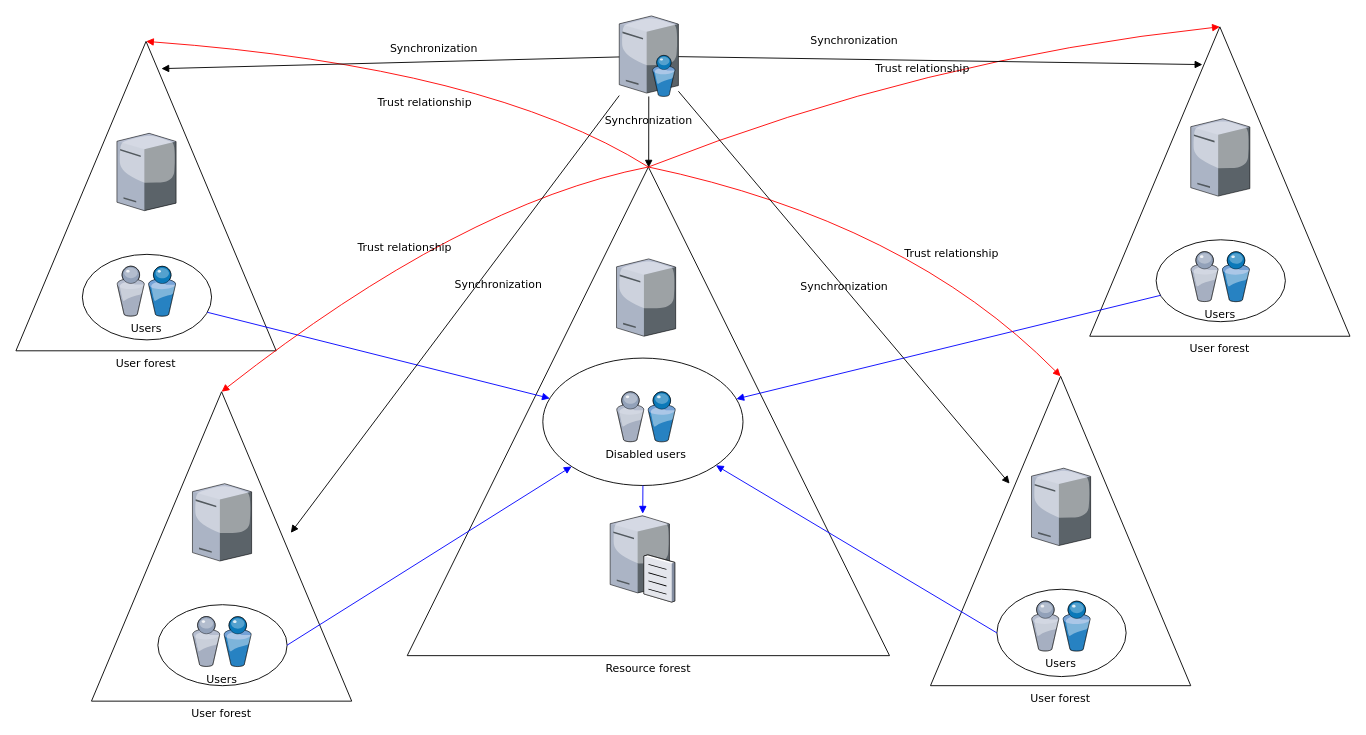
Earlier version of the draw.io diagram Untitled Diagram.drawio (mpr1255/hello). Source tidied: cells renumbered, new cells numbered last; positions are measured from the earlier drawing's top-left corner, leaving out a move shared by most shapes. Both pictures are drawn from the tidied source at 91%, with x=0, y=0 at pixel (15, 15).
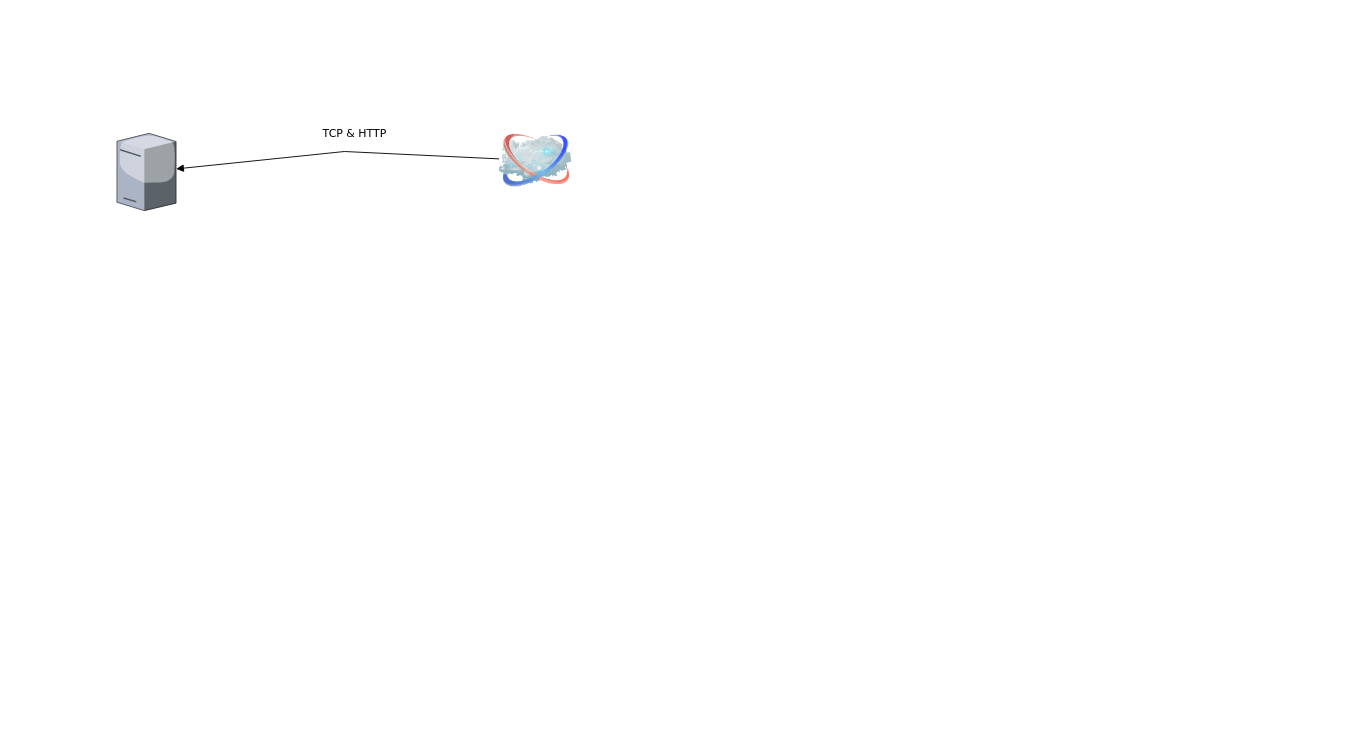
The same page after the edit.

Unchanged cells that the change refers to:
```xml
<mxCell id="8" style="verticalLabelPosition=bottom;html=1;verticalAlign=top;strokeColor=none;shape=mxgraph.citrix.tower_server;rounded=0;shadow=0;comic=0;fontFamily=Verdana;" parent="1" vertex="1">
  <mxGeometry x="111" y="129" width="65" height="85" as="geometry" />
</mxCell>
```

Diff of the diagram source:
```diff
@@
-    <mxCell id="2" value="Resource forest" style="triangle;whiteSpace=wrap;html=1;rounded=0;shadow=0;comic=0;strokeWidth=1;fontFamily=Verdana;direction=north;labelPosition=center;verticalLabelPosition=bottom;align=center;verticalAlign=top;" parent="1" vertex="1">
-      <mxGeometry x="430" y="166" width="530" height="537" as="geometry" />
-    </mxCell>
-    <mxCell id="3" value="User forest" style="triangle;whiteSpace=wrap;html=1;rounded=0;shadow=0;comic=0;strokeWidth=1;fontFamily=Verdana;direction=north;labelPosition=center;verticalLabelPosition=bottom;align=center;verticalAlign=top;" parent="1" vertex="1">
-      <mxGeometry y="28" width="286" height="340" as="geometry" />
-    </mxCell>
-    <mxCell id="4" style="ellipse;whiteSpace=wrap;html=1;rounded=0;shadow=0;comic=0;strokeWidth=1;fontFamily=Verdana;" parent="1" vertex="1">
-      <mxGeometry x="73" y="262" width="142" height="94" as="geometry" />
-    </mxCell>
-    <mxCell id="5" style="verticalLabelPosition=bottom;html=1;verticalAlign=top;strokeColor=none;shape=mxgraph.citrix.directory_server;rounded=0;shadow=0;comic=0;fontFamily=Verdana;" parent="1" vertex="1">
-      <mxGeometry x="663" width="65" height="88.5" as="geometry" />
-    </mxCell>
-    <mxCell id="6" style="verticalLabelPosition=bottom;html=1;verticalAlign=top;strokeColor=none;shape=mxgraph.citrix.file_server;rounded=0;shadow=0;comic=0;fontFamily=Verdana;" parent="1" vertex="1">
-      <mxGeometry x="653" y="547" width="71" height="97" as="geometry" />
-    </mxCell>
-    <mxCell id="7" value="Users" style="verticalLabelPosition=bottom;html=1;verticalAlign=top;strokeColor=none;shape=mxgraph.citrix.users;rounded=0;shadow=0;comic=0;fontFamily=Verdana;" parent="1" vertex="1">
-      <mxGeometry x="111" y="275" width="64.5" height="55" as="geometry" />
-    </mxCell>
@@
-    <mxCell id="9" style="ellipse;whiteSpace=wrap;html=1;rounded=0;shadow=0;comic=0;strokeWidth=1;fontFamily=Verdana;" parent="1" vertex="1">
-      <mxGeometry x="579" y="376" width="220" height="140" as="geometry" />
-    </mxCell>
-    <mxCell id="10" value="Disabled users" style="verticalLabelPosition=bottom;html=1;verticalAlign=top;strokeColor=none;shape=mxgraph.citrix.users;rounded=0;shadow=0;comic=0;fontFamily=Verdana;" parent="1" vertex="1">
-      <mxGeometry x="660" y="413" width="64.5" height="55" as="geometry" />
-    </mxCell>
-    <mxCell id="11" style="verticalLabelPosition=bottom;html=1;verticalAlign=top;strokeColor=none;shape=mxgraph.citrix.tower_server;rounded=0;shadow=0;comic=0;fontFamily=Verdana;" parent="1" vertex="1">
-      <mxGeometry x="660" y="267" width="65" height="85" as="geometry" />
-    </mxCell>
-    <mxCell id="12" value="User forest" style="triangle;whiteSpace=wrap;html=1;rounded=0;shadow=0;comic=0;strokeWidth=1;fontFamily=Verdana;direction=north;labelPosition=center;verticalLabelPosition=bottom;align=center;verticalAlign=top;" parent="1" vertex="1">
-      <mxGeometry x="1180" y="12" width="286" height="340" as="geometry" />
-    </mxCell>
-    <mxCell id="13" style="ellipse;whiteSpace=wrap;html=1;rounded=0;shadow=0;comic=0;strokeWidth=1;fontFamily=Verdana;" parent="1" vertex="1">
-      <mxGeometry x="1253" y="246" width="142" height="90" as="geometry" />
-    </mxCell>
-    <mxCell id="14" value="Users" style="verticalLabelPosition=bottom;html=1;verticalAlign=top;strokeColor=none;shape=mxgraph.citrix.users;rounded=0;shadow=0;comic=0;fontFamily=Verdana;" parent="1" vertex="1">
-      <mxGeometry x="1291" y="259" width="64.5" height="55" as="geometry" />
-    </mxCell>
-    <mxCell id="15" style="verticalLabelPosition=bottom;html=1;verticalAlign=top;strokeColor=none;shape=mxgraph.citrix.tower_server;rounded=0;shadow=0;comic=0;fontFamily=Verdana;" parent="1" vertex="1">
-      <mxGeometry x="1291" y="113" width="65" height="85" as="geometry" />
-    </mxCell>
-    <mxCell id="16" style="rounded=0;html=1;labelBackgroundColor=none;startArrow=none;startFill=0;endArrow=block;endFill=1;strokeColor=#0000FF;strokeWidth=1;fontFamily=Verdana;fontSize=12;" parent="1" edge="1" source="13" target="9">
-      <mxGeometry relative="1" as="geometry" />
-    </mxCell>
-    <mxCell id="17" style="rounded=0;html=1;labelBackgroundColor=none;startArrow=none;startFill=0;endArrow=block;endFill=1;strokeColor=#0000FF;strokeWidth=1;fontFamily=Verdana;fontSize=12;" parent="1" edge="1" source="4" target="9">
-      <mxGeometry relative="1" as="geometry" />
-    </mxCell>
-    <mxCell id="18" style="edgeStyle=none;rounded=0;html=1;exitX=0.5;exitY=1;labelBackgroundColor=none;startArrow=none;startFill=0;endArrow=block;endFill=1;strokeColor=#0000FF;strokeWidth=1;fontFamily=Verdana;fontSize=12;fontColor=#000000;" parent="1" edge="1" source="9" target="6">
-      <mxGeometry relative="1" as="geometry" />
-    </mxCell>
-    <mxCell id="19" value="Trust relationship" style="html=1;labelBackgroundColor=none;startArrow=none;startFill=0;endArrow=block;endFill=1;strokeColor=#FF0000;strokeWidth=1;fontFamily=Verdana;fontSize=12;entryX=1;entryY=0.5;curved=1;" parent="1" edge="1" target="12">
-      <mxGeometry x="-0.02" y="-10" relative="1" as="geometry">
-        <mxPoint x="695" y="166" as="sourcePoint" />
-        <Array as="points">
-          <mxPoint x="1000" y="46" />
-        </Array>
-      </mxGeometry>
-    </mxCell>
-    <mxCell id="20" value="Trust relationship" style="html=1;entryX=1;entryY=0.5;labelBackgroundColor=none;startArrow=none;startFill=0;endArrow=block;endFill=1;strokeColor=#FF0000;strokeWidth=1;fontFamily=Verdana;fontSize=12;curved=1;" parent="1" edge="1" target="3">
-      <mxGeometry x="-0.06" y="45" relative="1" as="geometry">
-        <mxPoint x="695" y="166" as="sourcePoint" />
-        <Array as="points">
-          <mxPoint x="520" y="56" />
-        </Array>
-      </mxGeometry>
-    </mxCell>
-    <mxCell id="21" value="Synchronization" style="rounded=0;html=1;entryX=0.878;entryY=0.433;entryPerimeter=0;labelBackgroundColor=none;startArrow=none;startFill=0;endArrow=block;endFill=1;strokeWidth=1;fontFamily=Verdana;fontSize=12;" parent="1" edge="1" source="5" target="12">
-      <mxGeometry x="-0.33" y="21" relative="1" as="geometry" />
-    </mxCell>
-    <mxCell id="22" value="Synchronization" style="edgeStyle=none;rounded=0;html=1;labelBackgroundColor=none;startArrow=none;startFill=0;endArrow=block;endFill=1;strokeWidth=1;fontFamily=Verdana;fontSize=12;" parent="1" edge="1" source="5" target="2">
-      <mxGeometry x="-0.3" relative="1" as="geometry" />
-    </mxCell>
-    <mxCell id="23" value="Synchronization" style="edgeStyle=none;rounded=0;html=1;entryX=0.912;entryY=0.559;entryPerimeter=0;labelBackgroundColor=none;startArrow=none;startFill=0;endArrow=block;endFill=1;strokeWidth=1;fontFamily=Verdana;fontSize=12;" parent="1" edge="1" source="5" target="3">
-      <mxGeometry x="-0.19" y="-14" relative="1" as="geometry" />
-    </mxCell>
-    <mxCell id="24" value="User forest" style="triangle;whiteSpace=wrap;html=1;rounded=0;shadow=0;comic=0;strokeWidth=1;fontFamily=Verdana;direction=north;labelPosition=center;verticalLabelPosition=bottom;align=center;verticalAlign=top;" parent="1" vertex="1">
-      <mxGeometry x="83" y="413" width="286" height="340" as="geometry" />
-    </mxCell>
-    <mxCell id="25" style="ellipse;whiteSpace=wrap;html=1;rounded=0;shadow=0;comic=0;strokeWidth=1;fontFamily=Verdana;" parent="1" vertex="1">
-      <mxGeometry x="156" y="647" width="142" height="89" as="geometry" />
-    </mxCell>
-    <mxCell id="26" value="Users" style="verticalLabelPosition=bottom;html=1;verticalAlign=top;strokeColor=none;shape=mxgraph.citrix.users;rounded=0;shadow=0;comic=0;fontFamily=Verdana;" parent="1" vertex="1">
-      <mxGeometry x="194" y="660" width="64.5" height="55" as="geometry" />
-    </mxCell>
-    <mxCell id="27" style="verticalLabelPosition=bottom;html=1;verticalAlign=top;strokeColor=none;shape=mxgraph.citrix.tower_server;rounded=0;shadow=0;comic=0;fontFamily=Verdana;" parent="1" vertex="1">
-      <mxGeometry x="194" y="514" width="65" height="85" as="geometry" />
-    </mxCell>
-    <mxCell id="28" value="User forest" style="triangle;whiteSpace=wrap;html=1;rounded=0;shadow=0;comic=0;strokeWidth=1;fontFamily=Verdana;direction=north;labelPosition=center;verticalLabelPosition=bottom;align=center;verticalAlign=top;" parent="1" vertex="1">
-      <mxGeometry x="1005" y="396" width="286" height="340" as="geometry" />
-    </mxCell>
-    <mxCell id="29" style="ellipse;whiteSpace=wrap;html=1;rounded=0;shadow=0;comic=0;strokeWidth=1;fontFamily=Verdana;" parent="1" vertex="1">
-      <mxGeometry x="1078" y="630" width="142" height="96" as="geometry" />
-    </mxCell>
-    <mxCell id="30" value="Users" style="verticalLabelPosition=bottom;html=1;verticalAlign=top;strokeColor=none;shape=mxgraph.citrix.users;rounded=0;shadow=0;comic=0;fontFamily=Verdana;" parent="1" vertex="1">
-      <mxGeometry x="1116" y="643" width="64.5" height="55" as="geometry" />
-    </mxCell>
-    <mxCell id="31" style="verticalLabelPosition=bottom;html=1;verticalAlign=top;strokeColor=none;shape=mxgraph.citrix.tower_server;rounded=0;shadow=0;comic=0;fontFamily=Verdana;" parent="1" vertex="1">
-      <mxGeometry x="1116" y="497" width="65" height="85" as="geometry" />
-    </mxCell>
-    <mxCell id="32" style="edgeStyle=none;rounded=0;html=1;exitX=1;exitY=0.5;labelBackgroundColor=none;startFill=0;endArrow=block;endFill=1;strokeColor=#0000FF;strokeWidth=1;fontFamily=Verdana;fontSize=12;" parent="1" edge="1" source="25" target="9">
-      <mxGeometry relative="1" as="geometry" />
-    </mxCell>
-    <mxCell id="33" style="edgeStyle=none;rounded=0;html=1;exitX=0;exitY=0.5;labelBackgroundColor=none;startFill=0;endArrow=block;endFill=1;strokeColor=#0000FF;strokeWidth=1;fontFamily=Verdana;fontSize=12;" parent="1" edge="1" source="29" target="9">
-      <mxGeometry relative="1" as="geometry" />
-    </mxCell>
-    <mxCell id="34" value="Trust relationship" style="html=1;exitX=1;exitY=0.5;labelBackgroundColor=none;startFill=0;endArrow=block;endFill=1;strokeColor=#FF0000;strokeWidth=1;fontFamily=Verdana;fontSize=12;entryX=1;entryY=0.5;curved=1;" parent="1" edge="1" source="2" target="24">
-      <mxGeometry x="0.06" relative="1" as="geometry">
-        <Array as="points">
-          <mxPoint x="490" y="206" />
-        </Array>
-      </mxGeometry>
-    </mxCell>
-    <mxCell id="35" value="Trust relationship" style="html=1;exitX=1;exitY=0.5;entryX=1;entryY=0.5;labelBackgroundColor=none;startFill=0;endArrow=block;endFill=1;strokeColor=#FF0000;strokeWidth=1;fontFamily=Verdana;fontSize=12;curved=1;" parent="1" edge="1" source="2" target="28">
-      <mxGeometry x="0.32" y="10" relative="1" as="geometry">
-        <Array as="points">
-          <mxPoint x="980" y="226" />
-        </Array>
-      </mxGeometry>
-    </mxCell>
-    <mxCell id="36" value="Synchronization" style="edgeStyle=none;rounded=0;html=1;entryX=0.653;entryY=0.304;entryPerimeter=0;labelBackgroundColor=none;startFill=0;endArrow=block;endFill=1;strokeWidth=1;fontFamily=Verdana;fontSize=12;" parent="1" edge="1" source="5" target="28">
-      <mxGeometry relative="1" as="geometry" />
-    </mxCell>
-    <mxCell id="37" value="Synchronization" style="edgeStyle=none;rounded=0;html=1;entryX=0.544;entryY=0.766;entryPerimeter=0;labelBackgroundColor=none;startFill=0;endArrow=block;endFill=1;strokeWidth=1;fontFamily=Verdana;fontSize=12;" parent="1" edge="1" source="5" target="24">
-      <mxGeometry x="-0.18" y="19" relative="1" as="geometry" />
+    <mxCell id="37" value="TCP &amp;amp; HTTP" style="edgeStyle=none;rounded=0;html=1;labelBackgroundColor=none;startFill=0;endArrow=block;endFill=1;strokeWidth=1;fontFamily=Verdana;fontSize=12;" parent="1" edge="1" source="38" target="8">
+      <mxGeometry x="-0.1" y="-20" relative="1" as="geometry">
+        <Array as="points">
+          <mxPoint x="361" y="149" />
+        </Array>
+      </mxGeometry>
     </mxCell>
+    <mxCell id="38" style="image;html=1;image=img/lib/clip_art/networking/Cloud_128x128.png;" parent="1" vertex="1">
+      <mxGeometry x="531" y="119" width="80" height="80" as="geometry" />
+    </mxCell>
```
